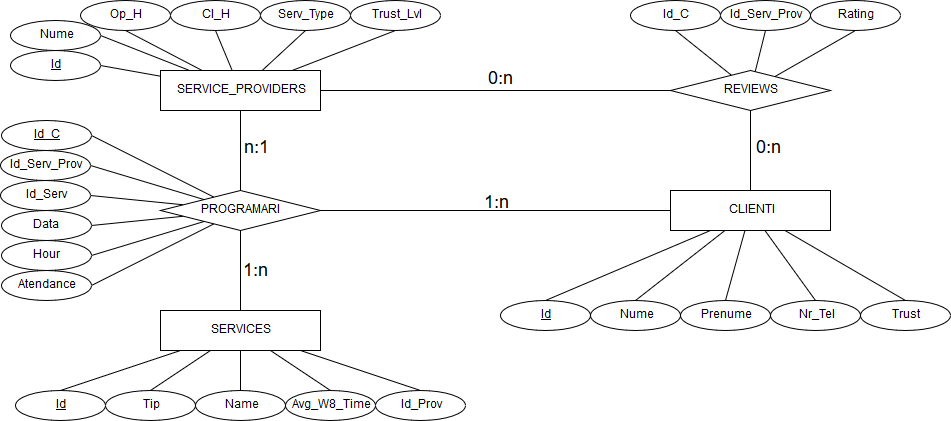
This is schemaBD/Schema_RE.png from AndreiGhiran/Proiect-SGBD, a draw.io export, as it was before one commit. Source tidied: cells renumbered, new cells last; positions are measured from the earlier drawing's top-left corner, leaving out a move shared by most shapes.
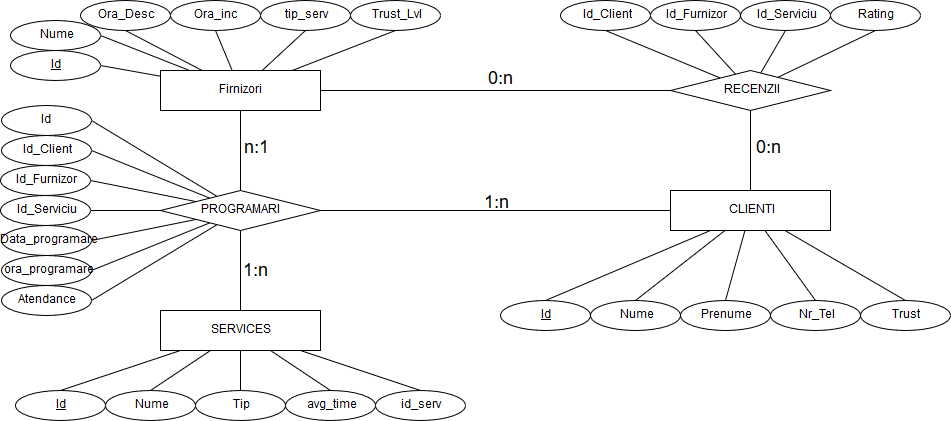
The same file after the commit.

The edit, as a diff of the source:
```diff
@@ -2,13 +2,13 @@
   <root>
     <mxCell id="0" />
     <mxCell id="1" parent="0" />
-    <mxCell id="2" value="REVIEWS" style="rhombus;whiteSpace=wrap;html=1;" parent="1" vertex="1">
+    <mxCell id="2" value="RECENZII" style="rhombus;whiteSpace=wrap;html=1;" parent="1" vertex="1">
       <mxGeometry x="670" y="70" width="160" height="40" as="geometry" />
     </mxCell>
     <mxCell id="3" value="CLIENTI" style="rounded=0;whiteSpace=wrap;html=1;" parent="1" vertex="1">
       <mxGeometry x="670" y="190" width="160" height="40" as="geometry" />
     </mxCell>
-    <mxCell id="4" value="SERVICE_PROVIDERS" style="rounded=0;whiteSpace=wrap;html=1;" parent="1" vertex="1">
+    <mxCell id="4" value="Firnizori" style="rounded=0;whiteSpace=wrap;html=1;" parent="1" vertex="1">
       <mxGeometry x="160" y="70" width="160" height="40" as="geometry" />
     </mxCell>
     <mxCell id="5" value="SERVICES" style="rounded=0;whiteSpace=wrap;html=1;" parent="1" vertex="1">
@@ -75,20 +75,20 @@
     <mxCell id="24" style="edgeStyle=none;rounded=0;jettySize=auto;html=1;exitX=0.5;exitY=1;exitDx=0;exitDy=0;endArrow=none;endFill=0;" parent="1" edge="1" source="25" target="2">
       <mxGeometry relative="1" as="geometry" />
     </mxCell>
-    <mxCell id="25" value="Id_Serv_Prov" style="ellipse;whiteSpace=wrap;html=1;" parent="1" vertex="1">
-      <mxGeometry x="720" width="90" height="30" as="geometry" />
+    <mxCell id="25" value="Id_Furnizor" style="ellipse;whiteSpace=wrap;html=1;" parent="1" vertex="1">
+      <mxGeometry x="650" width="90" height="30" as="geometry" />
     </mxCell>
     <mxCell id="26" style="edgeStyle=none;rounded=0;jettySize=auto;html=1;exitX=0.5;exitY=1;exitDx=0;exitDy=0;endArrow=none;endFill=0;" parent="1" edge="1" source="27" target="2">
       <mxGeometry relative="1" as="geometry" />
     </mxCell>
-    <mxCell id="27" value="Id_C" style="ellipse;whiteSpace=wrap;html=1;" parent="1" vertex="1">
-      <mxGeometry x="630" width="90" height="30" as="geometry" />
+    <mxCell id="27" value="Id_Client" style="ellipse;whiteSpace=wrap;html=1;" parent="1" vertex="1">
+      <mxGeometry x="560" width="90" height="30" as="geometry" />
     </mxCell>
     <mxCell id="28" style="edgeStyle=none;rounded=0;jettySize=auto;html=1;exitX=0.5;exitY=1;exitDx=0;exitDy=0;endArrow=none;endFill=0;" parent="1" edge="1" source="29" target="2">
       <mxGeometry relative="1" as="geometry" />
     </mxCell>
     <mxCell id="29" value="Rating" style="ellipse;whiteSpace=wrap;html=1;" parent="1" vertex="1">
-      <mxGeometry x="810" width="90" height="30" as="geometry" />
+      <mxGeometry x="830" width="90" height="30" as="geometry" />
     </mxCell>
     <mxCell id="30" style="edgeStyle=none;rounded=0;jettySize=auto;html=1;exitX=1;exitY=0.5;exitDx=0;exitDy=0;endArrow=none;endFill=0;" parent="1" edge="1" source="31" target="4">
       <mxGeometry relative="1" as="geometry" />
@@ -111,32 +111,32 @@
     <mxCell id="36" style="edgeStyle=none;rounded=0;jettySize=auto;html=1;exitX=0.5;exitY=1;exitDx=0;exitDy=0;endArrow=none;endFill=0;" parent="1" edge="1" source="37" target="4">
       <mxGeometry relative="1" as="geometry" />
     </mxCell>
-    <mxCell id="37" value="Serv_Type" style="ellipse;whiteSpace=wrap;html=1;" parent="1" vertex="1">
+    <mxCell id="37" value="tip_serv" style="ellipse;whiteSpace=wrap;html=1;" parent="1" vertex="1">
       <mxGeometry x="260" width="90" height="30" as="geometry" />
     </mxCell>
     <mxCell id="38" style="edgeStyle=none;rounded=0;jettySize=auto;html=1;exitX=0.5;exitY=1;exitDx=0;exitDy=0;endArrow=none;endFill=0;" parent="1" edge="1" source="39" target="4">
       <mxGeometry relative="1" as="geometry" />
     </mxCell>
-    <mxCell id="39" value="Cl_H" style="ellipse;whiteSpace=wrap;html=1;" parent="1" vertex="1">
+    <mxCell id="39" value="Ora_inc" style="ellipse;whiteSpace=wrap;html=1;" parent="1" vertex="1">
       <mxGeometry x="170" width="90" height="30" as="geometry" />
     </mxCell>
     <mxCell id="40" style="edgeStyle=none;rounded=0;jettySize=auto;html=1;exitX=0.5;exitY=1;exitDx=0;exitDy=0;endArrow=none;endFill=0;" parent="1" edge="1" source="41" target="4">
       <mxGeometry relative="1" as="geometry" />
     </mxCell>
-    <mxCell id="41" value="Op_H" style="ellipse;whiteSpace=wrap;html=1;" parent="1" vertex="1">
+    <mxCell id="41" value="Ora_Desc" style="ellipse;whiteSpace=wrap;html=1;" parent="1" vertex="1">
       <mxGeometry x="80" width="90" height="30" as="geometry" />
     </mxCell>
     <mxCell id="42" style="edgeStyle=none;rounded=0;jettySize=auto;html=1;exitX=0.5;exitY=0;exitDx=0;exitDy=0;endArrow=none;endFill=0;" parent="1" edge="1" source="43" target="5">
       <mxGeometry relative="1" as="geometry" />
     </mxCell>
     <mxCell id="43" value="Tip" style="ellipse;whiteSpace=wrap;html=1;" parent="1" vertex="1">
-      <mxGeometry x="105" y="390" width="90" height="30" as="geometry" />
+      <mxGeometry x="195" y="390" width="90" height="30" as="geometry" />
     </mxCell>
     <mxCell id="44" style="edgeStyle=none;rounded=0;jettySize=auto;html=1;exitX=0.5;exitY=0;exitDx=0;exitDy=0;endArrow=none;endFill=0;" parent="1" edge="1" source="45" target="5">
       <mxGeometry relative="1" as="geometry" />
     </mxCell>
-    <mxCell id="45" value="Name" style="ellipse;whiteSpace=wrap;html=1;" parent="1" vertex="1">
-      <mxGeometry x="195" y="390" width="90" height="30" as="geometry" />
+    <mxCell id="45" value="Nume" style="ellipse;whiteSpace=wrap;html=1;" parent="1" vertex="1">
+      <mxGeometry x="105" y="390" width="90" height="30" as="geometry" />
     </mxCell>
     <mxCell id="46" style="edgeStyle=none;rounded=0;jettySize=auto;html=1;exitX=0.5;exitY=0;exitDx=0;exitDy=0;endArrow=none;endFill=0;" parent="1" edge="1" source="47" target="5">
       <mxGeometry relative="1" as="geometry" />
@@ -147,50 +147,50 @@
     <mxCell id="48" style="edgeStyle=none;rounded=0;jettySize=auto;html=1;exitX=0.5;exitY=0;exitDx=0;exitDy=0;endArrow=none;endFill=0;" parent="1" edge="1" source="49" target="5">
       <mxGeometry relative="1" as="geometry" />
     </mxCell>
-    <mxCell id="49" value="&lt;div&gt;Id_Prov&lt;/div&gt;" style="ellipse;whiteSpace=wrap;html=1;" parent="1" vertex="1">
+    <mxCell id="49" value="id_serv" style="ellipse;whiteSpace=wrap;html=1;" parent="1" vertex="1">
       <mxGeometry x="375" y="390" width="90" height="30" as="geometry" />
     </mxCell>
     <mxCell id="50" style="edgeStyle=none;rounded=0;jettySize=auto;html=1;exitX=0.5;exitY=0;exitDx=0;exitDy=0;endArrow=none;endFill=0;" parent="1" edge="1" source="51" target="5">
       <mxGeometry relative="1" as="geometry" />
     </mxCell>
-    <mxCell id="51" value="Avg_W8_Time" style="ellipse;whiteSpace=wrap;html=1;" parent="1" vertex="1">
+    <mxCell id="51" value="avg_time" style="ellipse;whiteSpace=wrap;html=1;" parent="1" vertex="1">
       <mxGeometry x="285" y="390" width="90" height="30" as="geometry" />
     </mxCell>
     <mxCell id="52" style="edgeStyle=none;rounded=0;jettySize=auto;html=1;exitX=1;exitY=0.5;exitDx=0;exitDy=0;endArrow=none;endFill=0;" parent="1" edge="1" source="53" target="9">
       <mxGeometry relative="1" as="geometry" />
     </mxCell>
-    <mxCell id="53" value="&lt;u&gt;Id_C&lt;/u&gt;" style="ellipse;whiteSpace=wrap;html=1;" parent="1" vertex="1">
-      <mxGeometry x="0.5" y="120" width="90" height="30" as="geometry" />
+    <mxCell id="53" value="Id_Client" style="ellipse;whiteSpace=wrap;html=1;" parent="1" vertex="1">
+      <mxGeometry x="0.5" y="135" width="90" height="30" as="geometry" />
     </mxCell>
     <mxCell id="54" style="edgeStyle=none;rounded=0;jettySize=auto;html=1;exitX=1;exitY=0.5;exitDx=0;exitDy=0;endArrow=none;endFill=0;" parent="1" edge="1" source="55" target="9">
       <mxGeometry relative="1" as="geometry" />
     </mxCell>
-    <mxCell id="55" value="Id_Serv_Prov" style="ellipse;whiteSpace=wrap;html=1;" parent="1" vertex="1">
-      <mxGeometry y="150" width="90" height="30" as="geometry" />
+    <mxCell id="55" value="Id_Furnizor" style="ellipse;whiteSpace=wrap;html=1;" parent="1" vertex="1">
+      <mxGeometry y="165" width="90" height="30" as="geometry" />
     </mxCell>
     <mxCell id="56" style="edgeStyle=none;rounded=0;jettySize=auto;html=1;exitX=1;exitY=0.5;exitDx=0;exitDy=0;endArrow=none;endFill=0;" parent="1" edge="1" source="57" target="9">
       <mxGeometry relative="1" as="geometry" />
     </mxCell>
-    <mxCell id="57" value="Hour" style="ellipse;whiteSpace=wrap;html=1;" parent="1" vertex="1">
-      <mxGeometry x="0.5" y="240" width="90" height="30" as="geometry" />
+    <mxCell id="57" value="ora_programare" style="ellipse;whiteSpace=wrap;html=1;" parent="1" vertex="1">
+      <mxGeometry x="0.5" y="255" width="90" height="30" as="geometry" />
     </mxCell>
     <mxCell id="58" style="edgeStyle=none;rounded=0;jettySize=auto;html=1;exitX=1;exitY=0.5;exitDx=0;exitDy=0;endArrow=none;endFill=0;" parent="1" edge="1" source="59" target="9">
       <mxGeometry relative="1" as="geometry" />
     </mxCell>
-    <mxCell id="59" value="Data" style="ellipse;whiteSpace=wrap;html=1;" parent="1" vertex="1">
-      <mxGeometry x="0.5" y="210" width="90" height="30" as="geometry" />
+    <mxCell id="59" value="Data_programare" style="ellipse;whiteSpace=wrap;html=1;" parent="1" vertex="1">
+      <mxGeometry x="0.5" y="225" width="90" height="30" as="geometry" />
     </mxCell>
     <mxCell id="60" style="edgeStyle=none;rounded=0;jettySize=auto;html=1;exitX=1;exitY=0.5;exitDx=0;exitDy=0;endArrow=none;endFill=0;" parent="1" edge="1" source="61" target="9">
       <mxGeometry relative="1" as="geometry" />
     </mxCell>
-    <mxCell id="61" value="Id_Serv" style="ellipse;whiteSpace=wrap;html=1;" parent="1" vertex="1">
-      <mxGeometry y="180" width="90" height="30" as="geometry" />
+    <mxCell id="61" value="Id_Serviciu" style="ellipse;whiteSpace=wrap;html=1;" parent="1" vertex="1">
+      <mxGeometry y="195" width="90" height="30" as="geometry" />
     </mxCell>
     <mxCell id="62" style="edgeStyle=none;rounded=0;jettySize=auto;html=1;exitX=1;exitY=0.5;exitDx=0;exitDy=0;endArrow=none;endFill=0;" parent="1" edge="1" source="63" target="9">
       <mxGeometry relative="1" as="geometry" />
     </mxCell>
     <mxCell id="63" value="Atendance" style="ellipse;whiteSpace=wrap;html=1;" parent="1" vertex="1">
-      <mxGeometry x="0.5" y="270" width="90" height="30" as="geometry" />
+      <mxGeometry x="0.5" y="285" width="90" height="30" as="geometry" />
     </mxCell>
     <mxCell id="64" value="0:n" style="text;html=1;align=left;verticalAlign=top;spacingTop=-4;fontSize=18;" parent="1" vertex="1">
       <mxGeometry x="754" y="135" width="40" height="20" as="geometry" />
@@ -201,5 +201,17 @@
     <mxCell id="66" value="n:1" style="text;html=1;align=left;verticalAlign=top;spacingTop=-4;fontSize=18;" parent="1" vertex="1">
       <mxGeometry x="242" y="135" width="40" height="20" as="geometry" />
     </mxCell>
+    <mxCell id="67" style="edgeStyle=none;rounded=0;jettySize=auto;html=1;exitX=0.5;exitY=1;exitDx=0;exitDy=0;endArrow=none;endFill=0;fontSize=18;" parent="1" edge="1" source="68" target="2">
+      <mxGeometry relative="1" as="geometry" />
+    </mxCell>
+    <mxCell id="68" value="Id_Serviciu" style="ellipse;whiteSpace=wrap;html=1;" parent="1" vertex="1">
+      <mxGeometry x="740" width="90" height="30" as="geometry" />
+    </mxCell>
+    <mxCell id="69" style="edgeStyle=none;rounded=0;jettySize=auto;html=1;exitX=1;exitY=0.5;exitDx=0;exitDy=0;endArrow=none;endFill=0;fontSize=18;" parent="1" edge="1" source="70" target="9">
+      <mxGeometry relative="1" as="geometry" />
+    </mxCell>
+    <mxCell id="70" value="Id" style="ellipse;whiteSpace=wrap;html=1;" parent="1" vertex="1">
+      <mxGeometry x="0.5" y="105" width="90" height="30" as="geometry" />
+    </mxCell>
   </root>
 </mxGraphModel>
```
